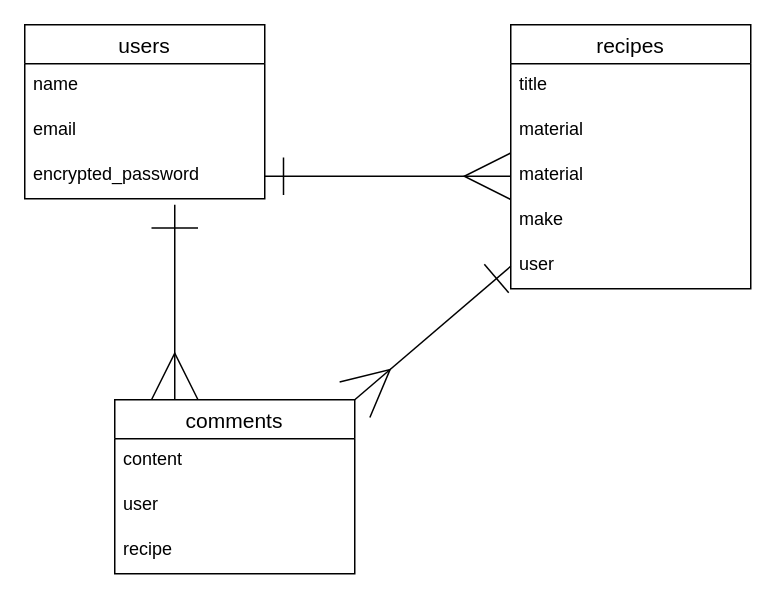
Above: config/cookrecipe.dio in ryu0929miki/cookrecipe (draw.io), before the change. Source tidied: cells renumbered, new cells numbered last; positions are measured from the earlier drawing's top-left corner, leaving out a move shared by most shapes. Both pictures are drawn from the tidied source at 150%, with x=0, y=0 at pixel (24, 24).
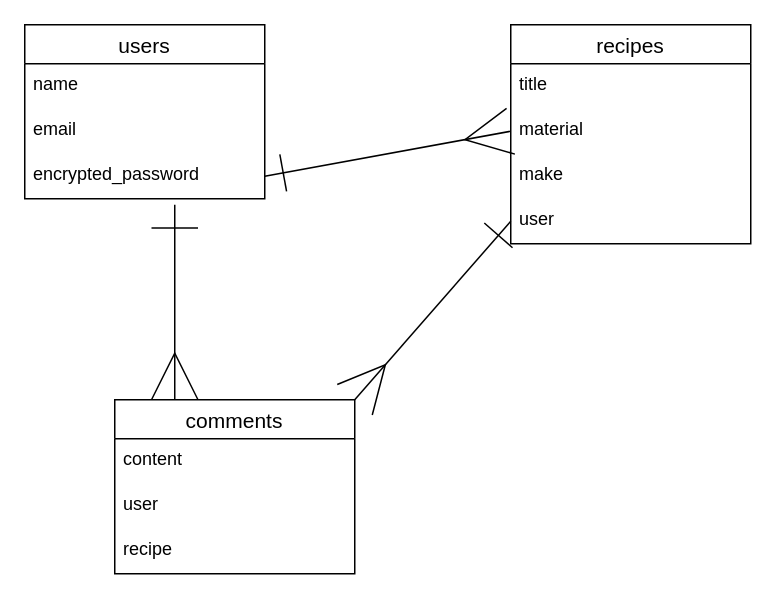
The same page after the edit.

Diff of the diagram source:
```diff
@@
 <mxGraphModel>
   <root>
     <mxCell id="0" />
     <mxCell id="1" parent="0" />
     <mxCell id="2" value="users" style="swimlane;fontStyle=0;horizontal=1;startSize=26;align=center;fontSize=14;" parent="1" vertex="1">
       <mxGeometry width="160" height="116" as="geometry" />
     </mxCell>
     <mxCell id="3" value="name" style="text;strokeColor=none;fillColor=none;spacingLeft=4;spacingRight=4;overflow=hidden;fontSize=12;" parent="2" vertex="1">
       <mxGeometry y="26" width="160" height="30" as="geometry" />
     </mxCell>
     <mxCell id="4" value="email" style="text;strokeColor=none;fillColor=none;spacingLeft=4;spacingRight=4;overflow=hidden;fontSize=12;" parent="2" vertex="1">
       <mxGeometry y="56" width="160" height="30" as="geometry" />
     </mxCell>
     <mxCell id="5" value="encrypted_password" style="text;strokeColor=none;fillColor=none;spacingLeft=4;spacingRight=4;overflow=hidden;points=[[0,0.5],[1,0.5]];portConstraint=eastwest;fontSize=12;" parent="2" vertex="1">
       <mxGeometry y="86" width="160" height="30" as="geometry" />
     </mxCell>
     <mxCell id="6" value="recipes" style="swimlane;fontStyle=0;horizontal=1;startSize=26;align=center;fontSize=14;" parent="1" vertex="1">
-      <mxGeometry x="324" width="160" height="176" as="geometry" />
+      <mxGeometry x="324" width="160" height="146" as="geometry" />
     </mxCell>
     <mxCell id="7" value="title" style="text;strokeColor=none;fillColor=none;spacingLeft=4;spacingRight=4;overflow=hidden;fontSize=12;" parent="6" vertex="1">
       <mxGeometry y="26" width="160" height="30" as="geometry" />
     </mxCell>
-    <mxCell id="8" value="material" style="text;strokeColor=none;fillColor=none;spacingLeft=4;spacingRight=4;overflow=hidden;fontSize=12;" parent="6" vertex="1">
-      <mxGeometry y="56" width="160" height="30" as="geometry" />
-    </mxCell>
     <mxCell id="9" value="material" style="text;strokeColor=none;fillColor=none;spacingLeft=4;spacingRight=4;overflow=hidden;points=[[0,0.5],[1,0.5]];portConstraint=eastwest;fontSize=12;" parent="6" vertex="1">
-      <mxGeometry y="86" width="160" height="30" as="geometry" />
+      <mxGeometry y="56" width="160" height="30" as="geometry" />
     </mxCell>
     <mxCell id="10" value="make" style="text;strokeColor=none;fillColor=none;spacingLeft=4;spacingRight=4;overflow=hidden;fontSize=12;" parent="6" vertex="1">
-      <mxGeometry y="116" width="160" height="30" as="geometry" />
+      <mxGeometry y="86" width="160" height="30" as="geometry" />
     </mxCell>
     <mxCell id="11" value="user" style="text;strokeColor=none;fillColor=none;spacingLeft=4;spacingRight=4;overflow=hidden;points=[[0,0.5],[1,0.5]];portConstraint=eastwest;fontSize=12;" parent="6" vertex="1">
-      <mxGeometry y="146" width="160" height="30" as="geometry" />
+      <mxGeometry y="116" width="160" height="30" as="geometry" />
     </mxCell>
     <mxCell id="12" style="edgeStyle=none;html=1;exitX=0.25;exitY=0;exitDx=0;exitDy=0;startArrow=ERmany;startFill=0;endArrow=ERone;endFill=0;startSize=29;endSize=29;sourcePerimeterSpacing=31;targetPerimeterSpacing=0;" parent="1" edge="1" source="13">
       <mxGeometry relative="1" as="geometry">
         <mxPoint x="100" y="120" as="targetPoint" />
       </mxGeometry>
     </mxCell>
     <mxCell id="13" value="comments" style="swimlane;fontStyle=0;horizontal=1;startSize=26;align=center;fontSize=14;" parent="1" vertex="1">
       <mxGeometry x="60" y="250" width="160" height="116" as="geometry" />
     </mxCell>
     <mxCell id="14" value="content" style="text;strokeColor=none;fillColor=none;spacingLeft=4;spacingRight=4;overflow=hidden;fontSize=12;" parent="13" vertex="1">
       <mxGeometry y="26" width="160" height="30" as="geometry" />
     </mxCell>
     <mxCell id="15" value="user" style="text;strokeColor=none;fillColor=none;spacingLeft=4;spacingRight=4;overflow=hidden;fontSize=12;" parent="13" vertex="1">
       <mxGeometry y="56" width="160" height="30" as="geometry" />
     </mxCell>
     <mxCell id="16" value="recipe" style="text;strokeColor=none;fillColor=none;spacingLeft=4;spacingRight=4;overflow=hidden;fontSize=12;" parent="13" vertex="1">
       <mxGeometry y="86" width="160" height="30" as="geometry" />
     </mxCell>
     <mxCell id="17" style="edgeStyle=none;html=1;exitX=1;exitY=0.5;exitDx=0;exitDy=0;entryX=0;entryY=0.5;entryDx=0;entryDy=0;endArrow=ERmany;endFill=0;endSize=29;startArrow=ERone;startFill=0;sourcePerimeterSpacing=31;targetPerimeterSpacing=0;startSize=23;" parent="1" edge="1" source="5" target="9">
       <mxGeometry relative="1" as="geometry" />
     </mxCell>
     <mxCell id="18" style="edgeStyle=none;html=1;exitX=0;exitY=0.5;exitDx=0;exitDy=0;startArrow=ERone;startFill=0;endArrow=ERmany;endFill=0;startSize=23;endSize=29;sourcePerimeterSpacing=31;targetPerimeterSpacing=0;entryX=1;entryY=0;entryDx=0;entryDy=0;" parent="1" edge="1" source="11" target="13">
       <mxGeometry relative="1" as="geometry" />
     </mxCell>
   </root>
 </mxGraphModel>
```
